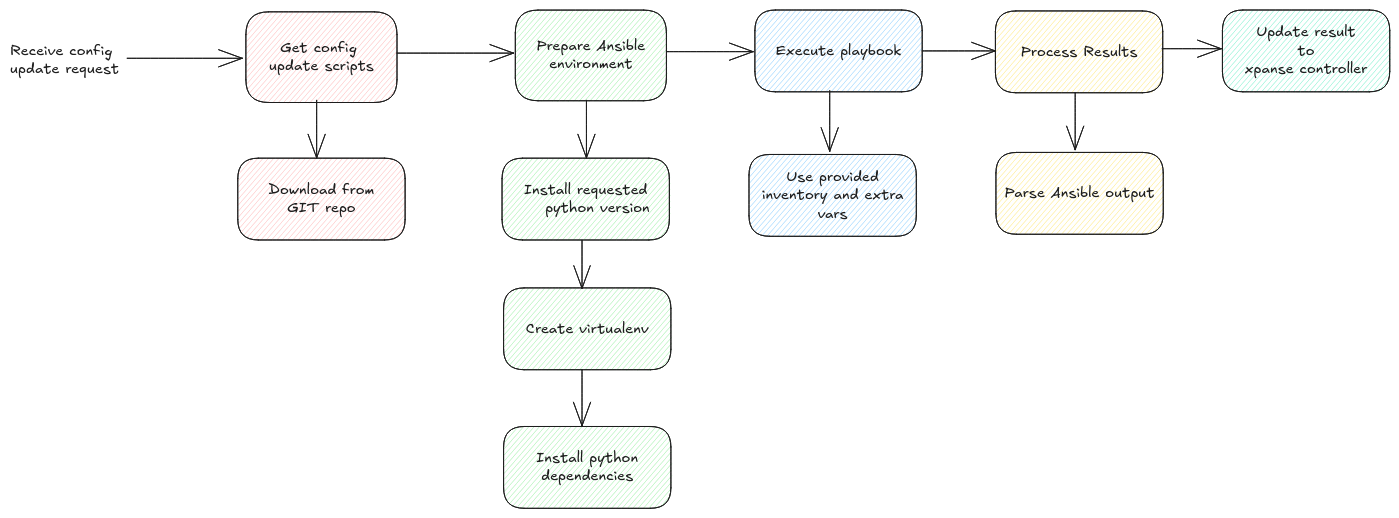
This is static/img/xpanse-agent-config-update-workflow.excalidraw.png from eclipse-xpanse/xpanse-website, a Excalidraw export, as it was before one commit. Source tidied: one line per element, renumbered; positions are measured from the earlier drawing's top-left corner, leaving out a move shared by most shapes.
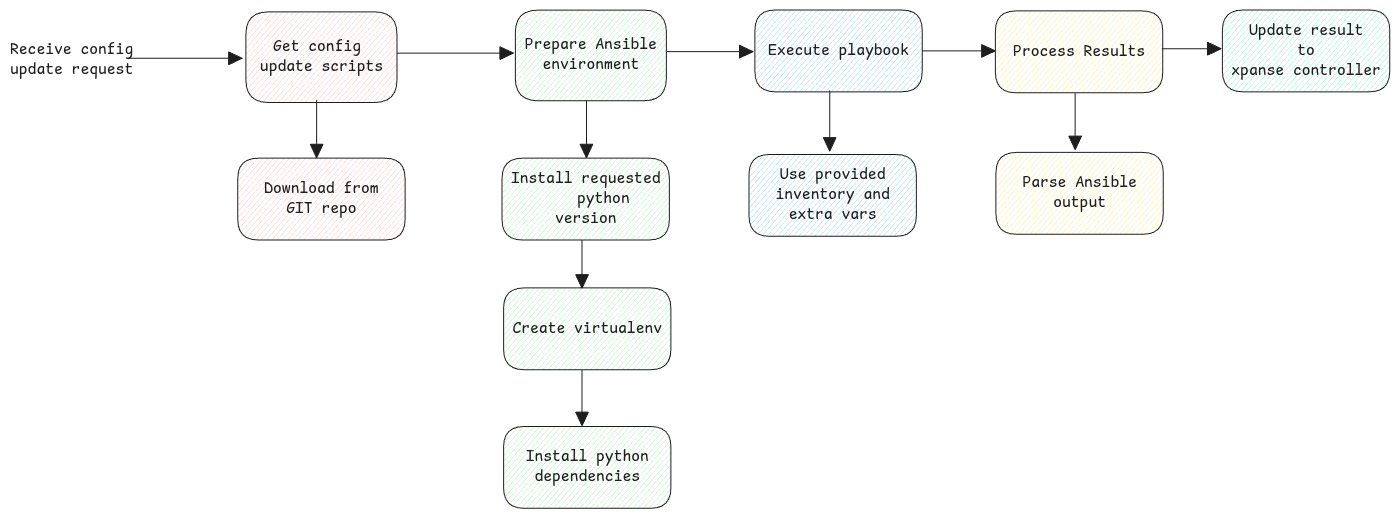
The same diagram one commit later.

Change to the diagram source:
```diff
@@ -1,34 +1,34 @@
 {"id": 0, "type": "rectangle", "strokeColor": "#1e1e1e", "backgroundColor": "#ffc9c9", "fillStyle": "hachure", "strokeWidth": 1, "roughness": 0, "round": true, "x": 236, "y": 2, "width": 151, "height": 91}
-{"id": 1, "type": "text", "text": "Get config \nupdate scripts", "strokeColor": "#1e1e1e", "strokeWidth": 2, "roughness": 1, "fontSize": 14.74, "fontFamily": 5, "textAlign": "center", "verticalAlign": "middle", "inside": 0, "x": 259, "y": 29, "width": 105, "height": 37}
+{"id": 1, "type": "text", "text": "Get config \nupdate scripts", "strokeColor": "#1e1e1e", "strokeWidth": 2, "roughness": 1, "fontSize": 16, "fontFamily": 8, "textAlign": "center", "verticalAlign": "middle", "inside": 0, "x": 250, "y": 27, "width": 123, "height": 40}
 {"id": 2, "type": "rectangle", "strokeColor": "#1e1e1e", "backgroundColor": "#ffc9c9", "fillStyle": "hachure", "strokeWidth": 1, "roughness": 0, "round": true, "x": 228, "y": 148, "width": 167, "height": 82}
-{"id": 3, "type": "text", "text": "Download from\nGIT repo", "strokeColor": "#1e1e1e", "strokeWidth": 2, "roughness": 1, "fontSize": 14.74, "fontFamily": 5, "textAlign": "center", "verticalAlign": "middle", "inside": 2, "x": 258, "y": 171, "width": 106, "height": 37}
+{"id": 3, "type": "text", "text": "Download from\nGIT repo", "strokeColor": "#1e1e1e", "strokeWidth": 2, "roughness": 1, "fontSize": 16, "fontFamily": 8, "textAlign": "center", "verticalAlign": "middle", "inside": 2, "x": 254, "y": 169, "width": 114, "height": 40}
 {"id": 4, "type": "rectangle", "strokeColor": "#1e1e1e", "backgroundColor": "#b2f2bb", "fillStyle": "hachure", "strokeWidth": 1, "roughness": 0, "round": true, "x": 505, "y": 0, "width": 151, "height": 91}
-{"id": 5, "type": "text", "text": "Prepare Ansible\nenvironment", "strokeColor": "#1e1e1e", "strokeWidth": 2, "roughness": 1, "fontSize": 14.74, "fontFamily": 5, "textAlign": "center", "verticalAlign": "middle", "inside": 4, "x": 526, "y": 27, "width": 109, "height": 37}
+{"id": 5, "type": "text", "text": "Prepare Ansible\nenvironment", "strokeColor": "#1e1e1e", "strokeWidth": 2, "roughness": 1, "fontSize": 16, "fontFamily": 8, "textAlign": "center", "verticalAlign": "middle", "inside": 4, "x": 515, "y": 25, "width": 132, "height": 40}
-{"id": 6, "type": "arrow", "strokeColor": "#1e1e1e", "backgroundColor": "#b2f2bb", "fillStyle": "hachure", "strokeWidth": 1, "roughness": 0, "endArrowhead": "arrow", "round": true, "x": 576, "y": 90, "width": 0, "height": 57, "points": [[0, 0], [0, 57]]}
+{"id": 6, "type": "arrow", "strokeColor": "#1e1e1e", "backgroundColor": "#b2f2bb", "fillStyle": "hachure", "strokeWidth": 1, "roughness": 0, "endArrowhead": "triangle", "x": 576, "y": 90, "width": 0, "height": 57, "points": [[0, 0], [0, 57]]}
 {"id": 7, "type": "rectangle", "strokeColor": "#1e1e1e", "backgroundColor": "#b2f2bb", "fillStyle": "hachure", "strokeWidth": 1, "roughness": 0, "round": true, "x": 492, "y": 148, "width": 167, "height": 82}
-{"id": 8, "type": "text", "text": "Install requested\n    python version", "strokeColor": "#1e1e1e", "strokeWidth": 2, "roughness": 1, "fontSize": 14.74, "fontFamily": 5, "textAlign": "center", "verticalAlign": "middle", "inside": 7, "x": 500, "y": 171, "width": 152, "height": 37}
+{"id": 8, "type": "text", "text": "Install requested\n    python\nversion", "strokeColor": "#1e1e1e", "strokeWidth": 2, "roughness": 1, "fontSize": 16, "fontFamily": 8, "textAlign": "center", "verticalAlign": "middle", "inside": 7, "x": 501, "y": 159, "width": 150, "height": 60}
 {"id": 9, "type": "rectangle", "strokeColor": "#1e1e1e", "backgroundColor": "#b2f2bb", "fillStyle": "hachure", "strokeWidth": 1, "roughness": 0, "round": true, "x": 494, "y": 278, "width": 167, "height": 82}
-{"id": 10, "type": "text", "text": "Create virtualenv", "strokeColor": "#1e1e1e", "strokeWidth": 2, "roughness": 1, "fontSize": 14.74, "fontFamily": 5, "textAlign": "center", "verticalAlign": "middle", "inside": 9, "x": 516, "y": 310, "width": 123, "height": 18}
+{"id": 10, "type": "text", "text": "Create virtualenv", "strokeColor": "#1e1e1e", "strokeWidth": 2, "roughness": 1, "fontSize": 16, "fontFamily": 8, "textAlign": "center", "verticalAlign": "middle", "inside": 9, "x": 502, "y": 309, "width": 150, "height": 20}
 {"id": 11, "type": "rectangle", "strokeColor": "#1e1e1e", "backgroundColor": "#b2f2bb", "fillStyle": "hachure", "strokeWidth": 1, "roughness": 0, "round": true, "x": 494, "y": 416, "width": 167, "height": 82}
-{"id": 12, "type": "text", "text": "Install python\ndependencies", "strokeColor": "#1e1e1e", "strokeWidth": 2, "roughness": 1, "fontSize": 14.74, "fontFamily": 5, "textAlign": "center", "verticalAlign": "middle", "inside": 11, "x": 526, "y": 439, "width": 102, "height": 37}
+{"id": 12, "type": "text", "text": "Install python\ndependencies", "strokeColor": "#1e1e1e", "strokeWidth": 2, "roughness": 1, "fontSize": 16, "fontFamily": 8, "textAlign": "center", "verticalAlign": "middle", "inside": 11, "x": 516, "y": 437, "width": 123, "height": 40}
-{"id": 13, "type": "arrow", "strokeColor": "#1e1e1e", "strokeWidth": 1, "roughness": 0, "endArrowhead": "arrow", "round": true, "x": 657, "y": 42, "width": 86, "height": 0, "points": [[0, 0], [86, 0]]}
+{"id": 13, "type": "arrow", "strokeColor": "#1e1e1e", "strokeWidth": 1, "roughness": 0, "endArrowhead": "triangle", "x": 657, "y": 42, "width": 86, "height": 0, "points": [[0, 0], [86, 0]]}
 {"id": 14, "type": "rectangle", "strokeColor": "#1e1e1e", "backgroundColor": "#a5d8ff", "fillStyle": "hachure", "strokeWidth": 1, "roughness": 0, "round": true, "x": 745, "y": 0, "width": 167, "height": 82}
-{"id": 15, "type": "text", "text": "Execute playbook", "strokeColor": "#1e1e1e", "strokeWidth": 2, "roughness": 1, "fontSize": 14.74, "fontFamily": 5, "textAlign": "center", "verticalAlign": "middle", "inside": 14, "x": 766, "y": 32, "width": 126, "height": 18}
+{"id": 15, "type": "text", "text": "Execute playbook", "strokeColor": "#1e1e1e", "strokeWidth": 2, "roughness": 1, "fontSize": 16, "fontFamily": 8, "textAlign": "center", "verticalAlign": "middle", "inside": 14, "x": 758, "y": 31, "width": 141, "height": 20}
-{"id": 16, "type": "arrow", "strokeColor": "#1e1e1e", "backgroundColor": "#a5d8ff", "fillStyle": "hachure", "strokeWidth": 1, "roughness": 0, "endArrowhead": "arrow", "round": true, "x": 820, "y": 81, "width": 0, "height": 60, "points": [[0, 0], [0, 60]]}
+{"id": 16, "type": "arrow", "strokeColor": "#1e1e1e", "backgroundColor": "#a5d8ff", "fillStyle": "hachure", "strokeWidth": 1, "roughness": 0, "endArrowhead": "triangle", "x": 820, "y": 81, "width": 0, "height": 60, "points": [[0, 0], [0, 60]]}
 {"id": 17, "type": "rectangle", "strokeColor": "#1e1e1e", "backgroundColor": "#a5d8ff", "fillStyle": "hachure", "strokeWidth": 1, "roughness": 0, "round": true, "x": 739, "y": 144, "width": 167, "height": 82}
-{"id": 18, "type": "text", "text": "Use provided\ninventory and extra\nvars", "strokeColor": "#1e1e1e", "strokeWidth": 2, "roughness": 1, "fontSize": 14.74, "fontFamily": 5, "textAlign": "center", "verticalAlign": "middle", "inside": 17, "x": 752, "y": 158, "width": 142, "height": 55}
+{"id": 18, "type": "text", "text": "Use provided\ninventory and\nextra vars", "strokeColor": "#1e1e1e", "strokeWidth": 2, "roughness": 1, "fontSize": 16, "fontFamily": 8, "textAlign": "center", "verticalAlign": "middle", "inside": 17, "x": 765, "y": 155, "width": 114, "height": 60}
-{"id": 19, "type": "arrow", "strokeColor": "#1e1e1e", "backgroundColor": "#ffec99", "fillStyle": "hachure", "strokeWidth": 1, "roughness": 0, "endArrowhead": "arrow", "round": true, "x": 912, "y": 41, "width": 73, "height": 0, "points": [[0, 0], [73, 0]]}
+{"id": 19, "type": "arrow", "strokeColor": "#1e1e1e", "backgroundColor": "#ffec99", "fillStyle": "hachure", "strokeWidth": 1, "roughness": 0, "endArrowhead": "triangle", "x": 912, "y": 41, "width": 73, "height": 0, "points": [[0, 0], [73, 0]]}
 {"id": 20, "type": "rectangle", "strokeColor": "#1e1e1e", "backgroundColor": "#ffec99", "fillStyle": "hachure", "strokeWidth": 1, "roughness": 0, "round": true, "x": 985, "y": 1, "width": 167, "height": 82}
-{"id": 21, "type": "text", "text": "Process Results", "strokeColor": "#1e1e1e", "strokeWidth": 2, "roughness": 1, "fontSize": 14.74, "fontFamily": 5, "textAlign": "center", "verticalAlign": "middle", "inside": 20, "x": 1011, "y": 33, "width": 117, "height": 18}
+{"id": 21, "type": "text", "text": "Process Results", "strokeColor": "#1e1e1e", "strokeWidth": 2, "roughness": 1, "fontSize": 16, "fontFamily": 8, "textAlign": "center", "verticalAlign": "middle", "inside": 20, "x": 1003, "y": 32, "width": 132, "height": 20}
-{"id": 22, "type": "arrow", "strokeColor": "#1e1e1e", "backgroundColor": "#ffec99", "fillStyle": "hachure", "strokeWidth": 1, "roughness": 0, "endArrowhead": "arrow", "round": true, "x": 1065, "y": 83, "width": 0, "height": 57, "points": [[0, 0], [0, 57]]}
+{"id": 22, "type": "arrow", "strokeColor": "#1e1e1e", "backgroundColor": "#ffec99", "fillStyle": "hachure", "strokeWidth": 1, "roughness": 0, "endArrowhead": "triangle", "x": 1065, "y": 83, "width": 0, "height": 57, "points": [[0, 0], [0, 57]]}
 {"id": 23, "type": "rectangle", "strokeColor": "#1e1e1e", "backgroundColor": "#ffec99", "fillStyle": "hachure", "strokeWidth": 1, "roughness": 0, "round": true, "x": 986, "y": 142, "width": 167, "height": 82}
-{"id": 24, "type": "text", "text": "Parse Ansible output", "strokeColor": "#1e1e1e", "strokeWidth": 2, "roughness": 1, "fontSize": 14.74, "fontFamily": 5, "textAlign": "center", "verticalAlign": "middle", "inside": 23, "x": 995, "y": 174, "width": 150, "height": 18}
+{"id": 24, "type": "text", "text": "Parse Ansible\noutput", "strokeColor": "#1e1e1e", "strokeWidth": 2, "roughness": 1, "fontSize": 16, "fontFamily": 8, "textAlign": "center", "verticalAlign": "middle", "inside": 23, "x": 1012, "y": 163, "width": 114, "height": 40}
-{"id": 25, "type": "arrow", "strokeColor": "#1e1e1e", "backgroundColor": "#ffec99", "fillStyle": "hachure", "strokeWidth": 1, "roughness": 0, "endArrowhead": "arrow", "round": true, "x": 1152, "y": 39, "width": 59, "height": 0, "points": [[0, 0], [59, 0]]}
+{"id": 25, "type": "arrow", "strokeColor": "#1e1e1e", "backgroundColor": "#ffec99", "fillStyle": "hachure", "strokeWidth": 1, "roughness": 0, "endArrowhead": "triangle", "x": 1152, "y": 39, "width": 59, "height": 0, "points": [[0, 0], [59, 0]]}
 {"id": 26, "type": "rectangle", "strokeColor": "#1e1e1e", "backgroundColor": "#96f2d7", "fillStyle": "hachure", "strokeWidth": 1, "roughness": 0, "round": true, "x": 1212, "y": 0, "width": 167, "height": 82}
-{"id": 27, "type": "text", "text": "Update result\nto\nxpanse controller", "strokeColor": "#1e1e1e", "strokeWidth": 2, "roughness": 1, "fontSize": 14.74, "fontFamily": 5, "textAlign": "center", "verticalAlign": "middle", "inside": 26, "x": 1235, "y": 13, "width": 122, "height": 55}
+{"id": 27, "type": "text", "text": "Update result\nto\nxpanse controller", "strokeColor": "#1e1e1e", "strokeWidth": 2, "roughness": 1, "fontSize": 16, "fontFamily": 8, "textAlign": "center", "verticalAlign": "middle", "inside": 26, "x": 1221, "y": 11, "width": 150, "height": 60}
-{"id": 28, "type": "arrow", "strokeColor": "#1e1e1e", "strokeWidth": 1, "roughness": 0, "endArrowhead": "arrow", "round": true, "x": 387, "y": 43, "width": 116, "height": 0, "points": [[0, 0], [116, 0]]}
+{"id": 28, "type": "arrow", "strokeColor": "#1e1e1e", "strokeWidth": 1, "roughness": 0, "endArrowhead": "triangle", "x": 387, "y": 43, "width": 116, "height": 0, "points": [[0, 0], [116, 0]]}
-{"id": 29, "type": "arrow", "strokeColor": "#1e1e1e", "strokeWidth": 1, "roughness": 0, "endArrowhead": "arrow", "round": true, "x": 117, "y": 48, "width": 115, "height": 0, "points": [[0, 0], [115, 0]]}
+{"id": 29, "type": "arrow", "strokeColor": "#1e1e1e", "strokeWidth": 1, "roughness": 0, "endArrowhead": "triangle", "x": 117, "y": 48, "width": 115, "height": 0, "points": [[0, 0], [115, 0]]}
-{"id": 30, "type": "text", "text": "Receive config\nupdate request", "strokeColor": "#1e1e1e", "strokeWidth": 1, "roughness": 0, "fontSize": 14.74, "fontFamily": 5, "x": 0, "y": 32, "width": 109, "height": 37}
+{"id": 30, "type": "text", "text": "Receive config\nupdate request", "strokeColor": "#1e1e1e", "strokeWidth": 1, "roughness": 0, "fontSize": 16, "fontFamily": 8, "x": 0, "y": 30, "width": 123, "height": 40}
-{"id": 31, "type": "arrow", "strokeColor": "#1e1e1e", "backgroundColor": "#ffc9c9", "fillStyle": "hachure", "strokeWidth": 1, "roughness": 0, "endArrowhead": "arrow", "round": true, "x": 307, "y": 90, "width": 0, "height": 57, "points": [[0, 0], [0, 57]]}
+{"id": 31, "type": "arrow", "strokeColor": "#1e1e1e", "backgroundColor": "#ffc9c9", "fillStyle": "hachure", "strokeWidth": 1, "roughness": 0, "endArrowhead": "triangle", "x": 307, "y": 90, "width": 0, "height": 57, "points": [[0, 0], [0, 57]]}
-{"id": 32, "type": "arrow", "strokeColor": "#1e1e1e", "backgroundColor": "#b2f2bb", "fillStyle": "hachure", "strokeWidth": 1, "roughness": 0, "endArrowhead": "arrow", "round": true, "x": 572, "y": 230, "width": 0, "height": 48, "points": [[0, 0], [0, 48]]}
+{"id": 32, "type": "arrow", "strokeColor": "#1e1e1e", "backgroundColor": "#b2f2bb", "fillStyle": "hachure", "strokeWidth": 1, "roughness": 0, "endArrowhead": "triangle", "x": 572, "y": 230, "width": 0, "height": 48, "points": [[0, 0], [0, 48]]}
-{"id": 33, "type": "arrow", "strokeColor": "#1e1e1e", "backgroundColor": "#b2f2bb", "fillStyle": "hachure", "strokeWidth": 1, "roughness": 0, "endArrowhead": "arrow", "round": true, "x": 572, "y": 360, "width": 0, "height": 56, "points": [[0, 0], [0, 56]]}
+{"id": 33, "type": "arrow", "strokeColor": "#1e1e1e", "backgroundColor": "#b2f2bb", "fillStyle": "hachure", "strokeWidth": 1, "roughness": 0, "endArrowhead": "triangle", "x": 572, "y": 360, "width": 0, "height": 56, "points": [[0, 0], [0, 56]]}
```
